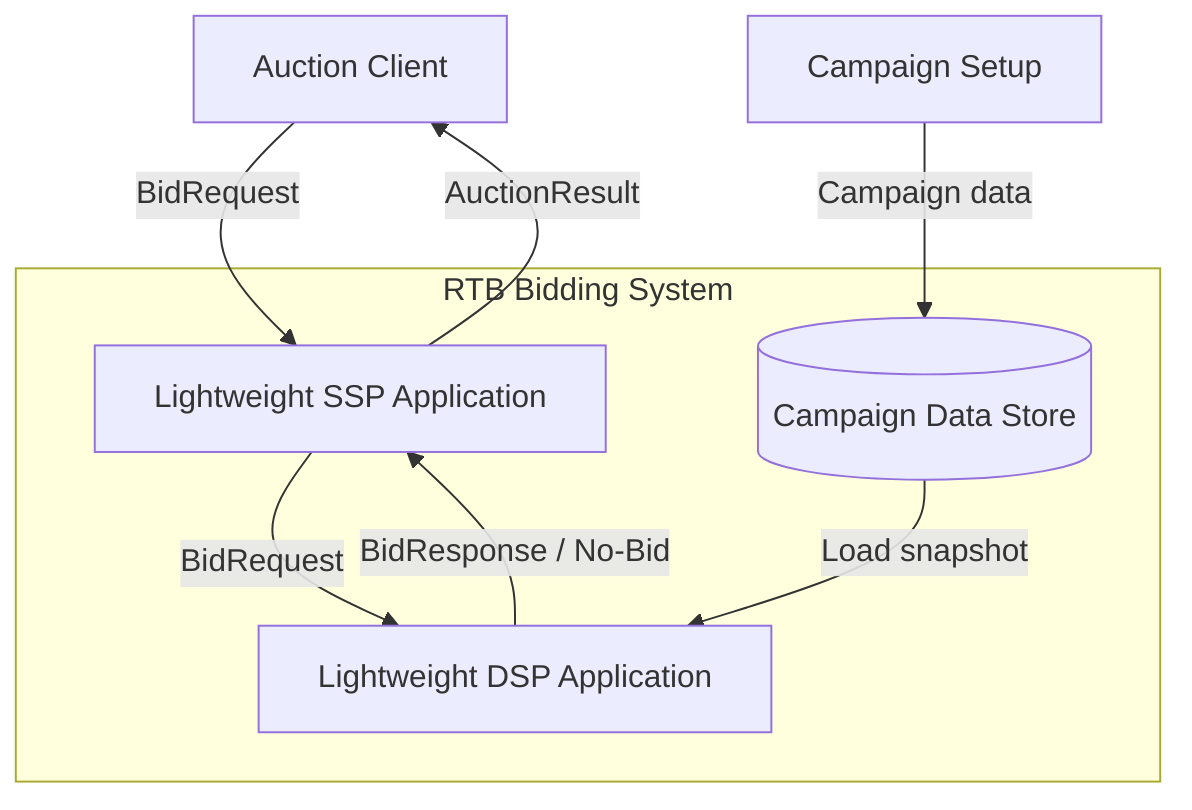
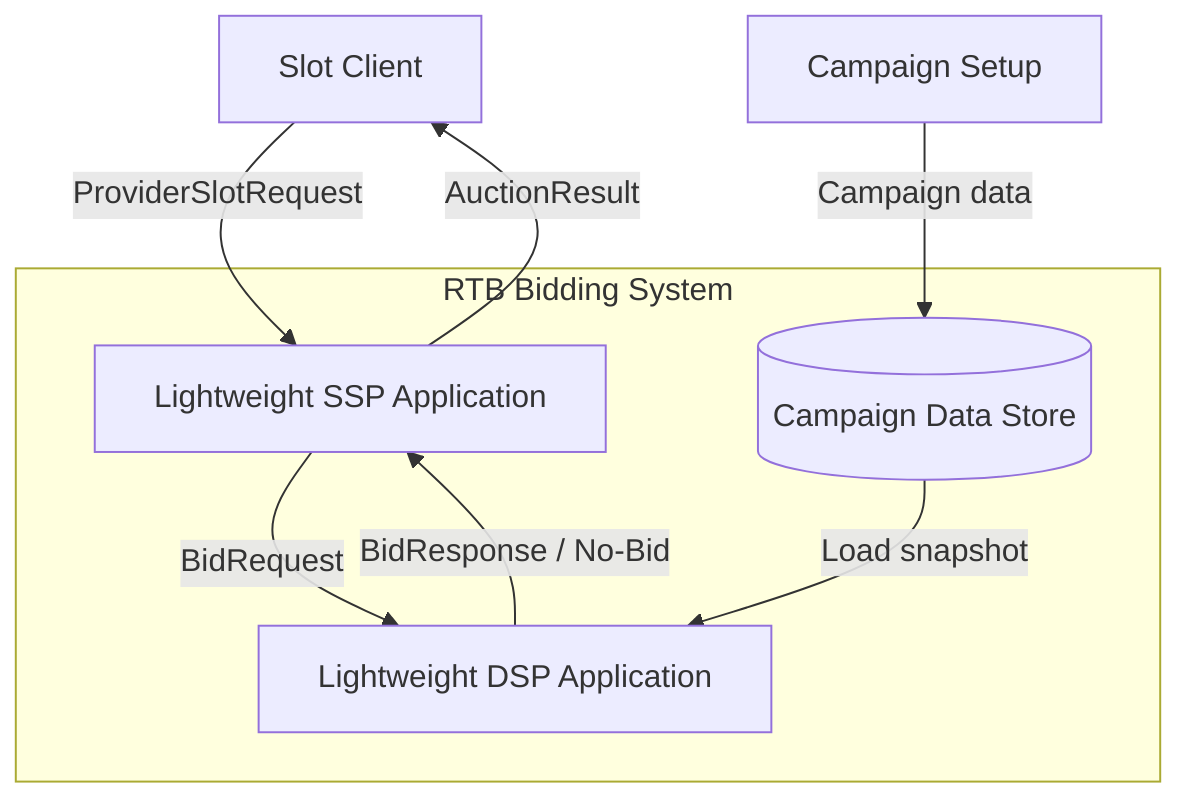
flowchart TB
-     client["Auction Client"]
+     client["Slot Client"]
    advertiser["Campaign Setup"]

    subgraph boundary["RTB Bidding System"]
        ssp["Lightweight SSP Application"]
        dsp["Lightweight DSP Application"]
        store[("Campaign Data Store")]
    end

-     client -->|"BidRequest"| ssp
+     client -->|"ProviderSlotRequest"| ssp
    ssp -->|"AuctionResult"| client

    ssp -->|"BidRequest"| dsp
    dsp -->|"BidResponse / No-Bid"| ssp

    advertiser -->|"Campaign data"| store
    store -->|"Load snapshot"| dsp
